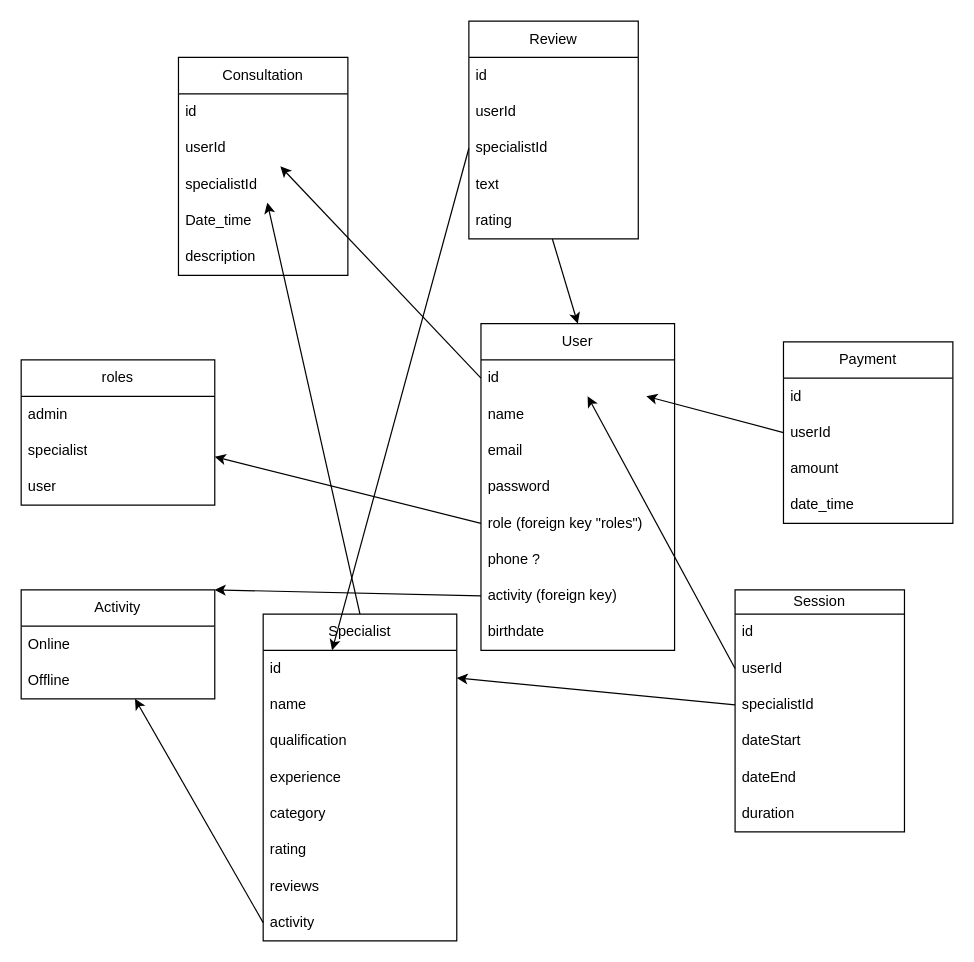
Before: Untitled Diagram.drawio in valerysandler/healthhub, a draw.io diagram. Source tidied: cells renumbered, new cells numbered last; positions are measured from the earlier drawing's top-left corner, leaving out a move shared by most shapes. Both pictures are drawn from the tidied source at 121%, with x=0, y=0 at pixel (21, 21).
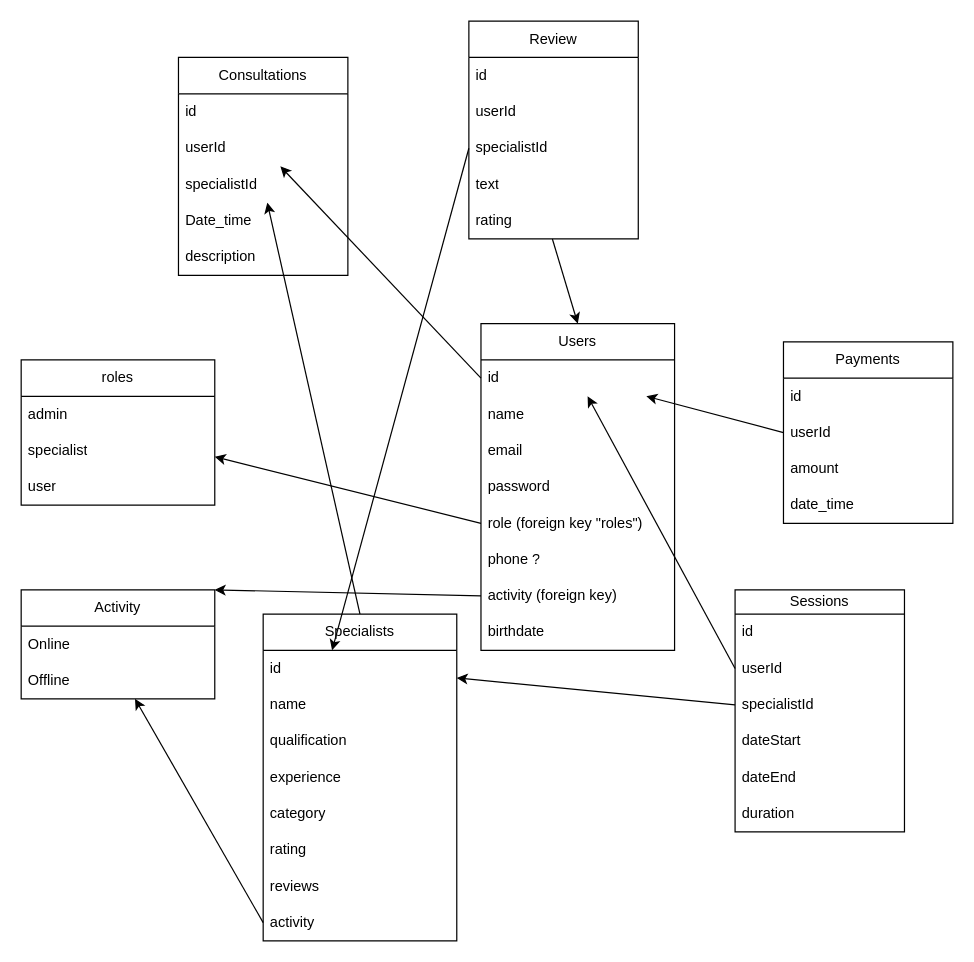
The same page after the edit.

What changed in the source:
```diff
@@
-    <mxCell id="2" value="User" style="swimlane;fontStyle=0;horizontal=1;startSize=30;whiteSpace=wrap;html=1;" parent="1" vertex="1">
+    <mxCell id="2" value="Users" style="swimlane;fontStyle=0;horizontal=1;startSize=30;whiteSpace=wrap;html=1;" parent="1" vertex="1">
       <mxGeometry x="380" y="250" width="160" height="270" as="geometry" />
     </mxCell>
@@
-    <mxCell id="12" value="Specialist" style="swimlane;fontStyle=0;horizontal=1;startSize=30;whiteSpace=wrap;html=1;" parent="1" vertex="1">
+    <mxCell id="12" value="Specialists" style="swimlane;fontStyle=0;horizontal=1;startSize=30;whiteSpace=wrap;html=1;" parent="1" vertex="1">
       <mxGeometry x="200" y="490" width="160" height="270" as="geometry" />
     </mxCell>
@@
-    <mxCell id="28" value="Consultation" style="swimlane;fontStyle=0;horizontal=1;startSize=30;whiteSpace=wrap;html=1;" parent="1" vertex="1">
+    <mxCell id="28" value="Consultations" style="swimlane;fontStyle=0;horizontal=1;startSize=30;whiteSpace=wrap;html=1;" parent="1" vertex="1">
       <mxGeometry x="130" y="30" width="140" height="180" as="geometry" />
     </mxCell>
@@
-    <mxCell id="34" value="Payment" style="swimlane;fontStyle=0;horizontal=1;startSize=30;whiteSpace=wrap;html=1;" parent="1" vertex="1">
+    <mxCell id="34" value="Payments" style="swimlane;fontStyle=0;horizontal=1;startSize=30;whiteSpace=wrap;html=1;" parent="1" vertex="1">
       <mxGeometry x="630" y="265" width="140" height="150" as="geometry" />
     </mxCell>
@@
-    <mxCell id="45" value="Session" style="swimlane;fontStyle=0;horizontal=1;startSize=20;whiteSpace=wrap;html=1;" parent="1" vertex="1">
+    <mxCell id="45" value="Sessions" style="swimlane;fontStyle=0;horizontal=1;startSize=20;whiteSpace=wrap;html=1;" parent="1" vertex="1">
       <mxGeometry x="590" y="470" width="140" height="200" as="geometry" />
     </mxCell>
```
